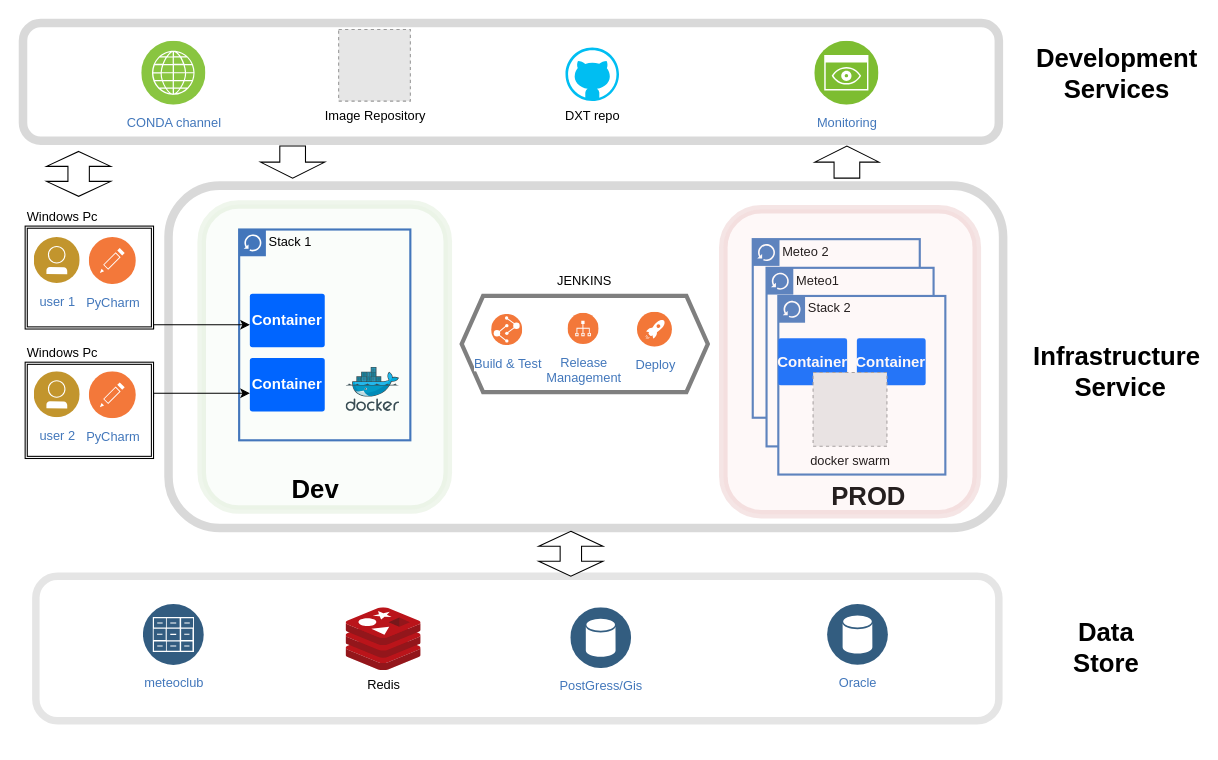
Earlier version of the draw.io diagram page "Pagina-2" (2 of 2) of Diagramma senza titolo.drawio (daseretto/datasciencecoursera). Source tidied: cells renumbered, new cells numbered last; positions are measured from the earlier drawing's top-left corner, leaving out a move shared by most shapes. Both pictures are drawn from the tidied source at 107%, with x=0, y=0 at pixel (22, 22). Pictures stored in the file or linked from it are replaced by grey dashed boxes.
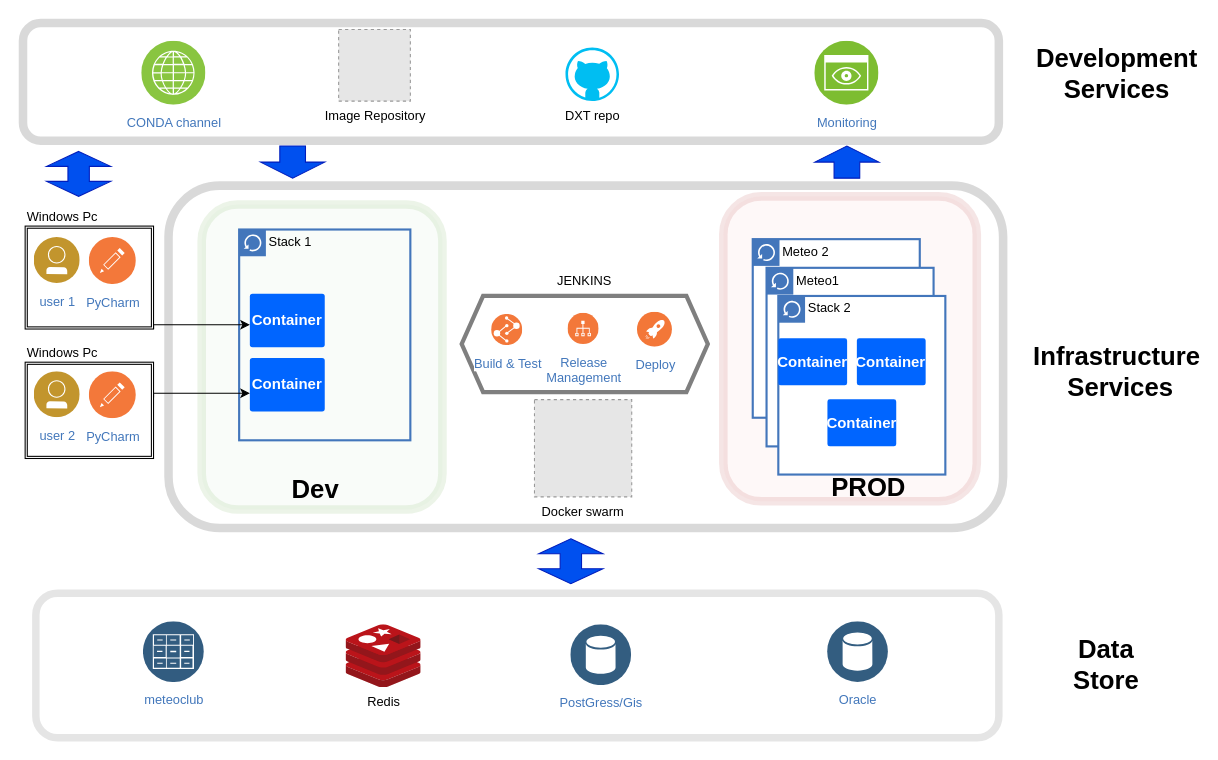
The same diagram, later.

Unchanged cells that the change refers to:
```xml
<mxCell id="8" value="Stack 1&lt;br&gt;" style="shape=mxgraph.ibm.box;prType=classic;fontStyle=0;verticalAlign=top;align=left;spacingLeft=32;spacingTop=4;fillColor=none;rounded=0;whiteSpace=wrap;html=1;strokeColor=#4376BB;strokeWidth=2;dashed=0;spacing=-4;" parent="1" vertex="1">
  <mxGeometry x="202" y="193" width="160" height="197" as="geometry" />
</mxCell>
```

The edit, as a diff of the source:
```diff
@@
+    <mxCell id="3" style="rounded=1;whiteSpace=wrap;html=1;strokeWidth=8;opacity=15;" parent="1" vertex="1">
+      <mxGeometry x="136" y="152" width="780" height="320" as="geometry" />
+    </mxCell>
     <mxCell id="2" style="rounded=1;whiteSpace=wrap;html=1;strokeWidth=8;opacity=15;fillColor=#d5e8d4;strokeColor=#82b366;" parent="1" vertex="1">
-      <mxGeometry x="167" y="169.7" width="230" height="285" as="geometry" />
+      <mxGeometry x="167" y="169.7" width="225" height="285" as="geometry" />
     </mxCell>
-    <mxCell id="3" style="rounded=1;whiteSpace=wrap;html=1;strokeWidth=8;opacity=15;" parent="1" vertex="1">
-      <mxGeometry x="136" y="152" width="780" height="320" as="geometry" />
-    </mxCell>
     <mxCell id="4" style="rounded=1;whiteSpace=wrap;html=1;opacity=10;strokeWidth=7;" parent="1" vertex="1">
-      <mxGeometry x="12" y="517" width="900" height="135" as="geometry" />
+      <mxGeometry x="12" y="533" width="900" height="135" as="geometry" />
     </mxCell>
@@
+    <mxCell id="47" style="rounded=1;whiteSpace=wrap;html=1;strokeWidth=8;opacity=15;fillColor=#f8cecc;strokeColor=#b85450;" parent="8" vertex="1">
+      <mxGeometry x="452.5" y="-31" width="236.9" height="285" as="geometry" />
+    </mxCell>
@@
-    <mxCell id="11" style="image;sketch=0;html=1;align=center;fontSize=12;image=img/lib/mscae/Docker.svg;" parent="8" vertex="1">
-      <mxGeometry x="100" y="129" width="50" height="41" as="geometry" />
-    </mxCell>
@@
-    <mxCell id="17" value="docker swarm" style="fillColor=#E6E6E6;strokeColor=#999999;dashed=1;html=1;verticalAlign=top;verticalLabelPosition=bottom;labelBackgroundColor=#ffffff;" parent="8" vertex="1">
-      <mxGeometry x="536.4" y="133.6" width="69" height="69" as="geometry" />
-    </mxCell>
@@
+    <mxCell id="52" value="Container" style="rounded=1;arcSize=5;fillColor=#0065FF;strokeColor=none;fontColor=#ffffff;align=center;verticalAlign=middle;whiteSpace=wrap;fontSize=14;fontStyle=1;html=1;sketch=0;" parent="8" vertex="1">
+      <mxGeometry x="549.8" y="158.7" width="64.3" height="43.9" as="geometry" />
+    </mxCell>
@@
     <mxCell id="39" value="Oracle" style="image;perimeter=ellipsePerimeter;html=1;align=center;shadow=0;dashed=0;fontColor=#4277BB;labelBackgroundColor=default;fontSize=12;spacingTop=3;image=img/lib/ibm/data/data_services.svg;" parent="1" vertex="1">
-      <mxGeometry x="752" y="543.5" width="56.9" height="56.9" as="geometry" />
+      <mxGeometry x="752" y="559.5" width="56.9" height="56.9" as="geometry" />
     </mxCell>
     <mxCell id="40" value="meteoclub" style="image;perimeter=ellipsePerimeter;html=1;align=center;shadow=0;dashed=0;fontColor=#4277BB;labelBackgroundColor=default;fontSize=12;spacingTop=3;image=img/lib/ibm/data/file_repository.svg;" parent="1" vertex="1">
-      <mxGeometry x="112.6" y="543.5" width="56.9" height="56.9" as="geometry" />
+      <mxGeometry x="112.6" y="559.5" width="56.9" height="56.9" as="geometry" />
     </mxCell>
     <mxCell id="41" value="PostGress/Gis" style="image;perimeter=ellipsePerimeter;html=1;align=center;shadow=0;dashed=0;fontColor=#4277BB;labelBackgroundColor=default;fontSize=12;spacingTop=3;image=img/lib/ibm/data/data_services.svg;" parent="1" vertex="1">
-      <mxGeometry x="512" y="546.5" width="56.9" height="56.9" as="geometry" />
+      <mxGeometry x="512" y="562.5" width="56.9" height="56.9" as="geometry" />
     </mxCell>
     <mxCell id="42" value="Redis" style="image;sketch=0;html=1;align=center;fontSize=12;image=img/lib/mscae/Cache_Redis_Product.svg;" parent="1" vertex="1">
-      <mxGeometry x="302" y="546.5" width="70.1" height="58.9" as="geometry" />
+      <mxGeometry x="302" y="562.5" width="70.1" height="58.9" as="geometry" />
     </mxCell>
@@
-    <mxCell id="44" value="Infrastructure&lt;br&gt;&amp;nbsp;Service" style="text;strokeColor=none;fillColor=none;html=1;fontSize=24;fontStyle=1;verticalAlign=middle;align=center;" parent="1" vertex="1">
+    <mxCell id="44" value="Infrastructure&lt;br&gt;&amp;nbsp;Services" style="text;strokeColor=none;fillColor=none;html=1;fontSize=24;fontStyle=1;verticalAlign=middle;align=center;" parent="1" vertex="1">
       <mxGeometry x="962" y="286" width="120" height="80" as="geometry" />
     </mxCell>
     <mxCell id="45" value="Data&lt;br&gt;Store" style="text;strokeColor=none;fillColor=none;html=1;fontSize=24;fontStyle=1;verticalAlign=middle;align=center;" parent="1" vertex="1">
-      <mxGeometry x="952" y="543.5" width="120" height="80" as="geometry" />
+      <mxGeometry x="952" y="559.5" width="120" height="80" as="geometry" />
     </mxCell>
     <mxCell id="46" value="PROD" style="text;strokeColor=none;fillColor=none;html=1;fontSize=24;fontStyle=1;verticalAlign=middle;align=center;" parent="1" vertex="1">
-      <mxGeometry x="740" y="423" width="100" height="40" as="geometry" />
+      <mxGeometry x="740" y="415" width="100" height="40" as="geometry" />
     </mxCell>
-    <mxCell id="47" style="rounded=1;whiteSpace=wrap;html=1;strokeWidth=8;opacity=15;fillColor=#f8cecc;strokeColor=#b85450;" parent="1" vertex="1">
-      <mxGeometry x="654.5" y="174.1" width="236.9" height="285" as="geometry" />
-    </mxCell>
-    <mxCell id="48" style="shape=doubleArrow;direction=south;whiteSpace=wrap;html=1;arrowWidth=0.3333333333333333;arrowSize=0.3333333333333333;" parent="1" vertex="1">
+    <mxCell id="48" style="shape=doubleArrow;direction=south;whiteSpace=wrap;html=1;arrowWidth=0.3333333333333333;arrowSize=0.3333333333333333;fillColor=#0050ef;fontColor=#ffffff;strokeColor=#001DBC;" parent="1" vertex="1">
       <mxGeometry x="22" y="120" width="60" height="42" as="geometry" />
     </mxCell>
-    <mxCell id="49" style="shape=singleArrow;direction=north;whiteSpace=wrap;html=1;arrowWidth=0.4;arrowSize=0.5;" parent="1" vertex="1">
+    <mxCell id="49" style="shape=singleArrow;direction=north;whiteSpace=wrap;html=1;arrowWidth=0.4;arrowSize=0.5;fillColor=#0050ef;fontColor=#ffffff;strokeColor=#001DBC;" parent="1" vertex="1">
       <mxGeometry x="740" y="115" width="60" height="30" as="geometry" />
     </mxCell>
-    <mxCell id="50" style="shape=singleArrow;direction=north;whiteSpace=wrap;html=1;arrowWidth=0.4;arrowSize=0.5;rotation=-180;" parent="1" vertex="1">
+    <mxCell id="50" style="shape=singleArrow;direction=north;whiteSpace=wrap;html=1;arrowWidth=0.4;arrowSize=0.5;rotation=-180;fillColor=#0050ef;fontColor=#ffffff;strokeColor=#001DBC;" parent="1" vertex="1">
       <mxGeometry x="222" y="115" width="60" height="30" as="geometry" />
     </mxCell>
-    <mxCell id="51" style="shape=doubleArrow;direction=south;whiteSpace=wrap;html=1;arrowWidth=0.3333333333333333;arrowSize=0.3333333333333333;" parent="1" vertex="1">
-      <mxGeometry x="482" y="475" width="60" height="42" as="geometry" />
+    <mxCell id="51" style="shape=doubleArrow;direction=south;whiteSpace=wrap;html=1;arrowWidth=0.3333333333333333;arrowSize=0.3333333333333333;fillColor=#0050ef;fontColor=#ffffff;strokeColor=#001DBC;" parent="1" vertex="1">
+      <mxGeometry x="482" y="482" width="60" height="42" as="geometry" />
     </mxCell>
+    <mxCell id="17" value="Docker swarm" style="fillColor=#E6E6E6;strokeColor=#999999;dashed=1;html=1;verticalAlign=top;verticalLabelPosition=bottom;labelBackgroundColor=#ffffff;" parent="1" vertex="1">
+      <mxGeometry x="478" y="352" width="90.9" height="90.9" as="geometry" />
+    </mxCell>
```
